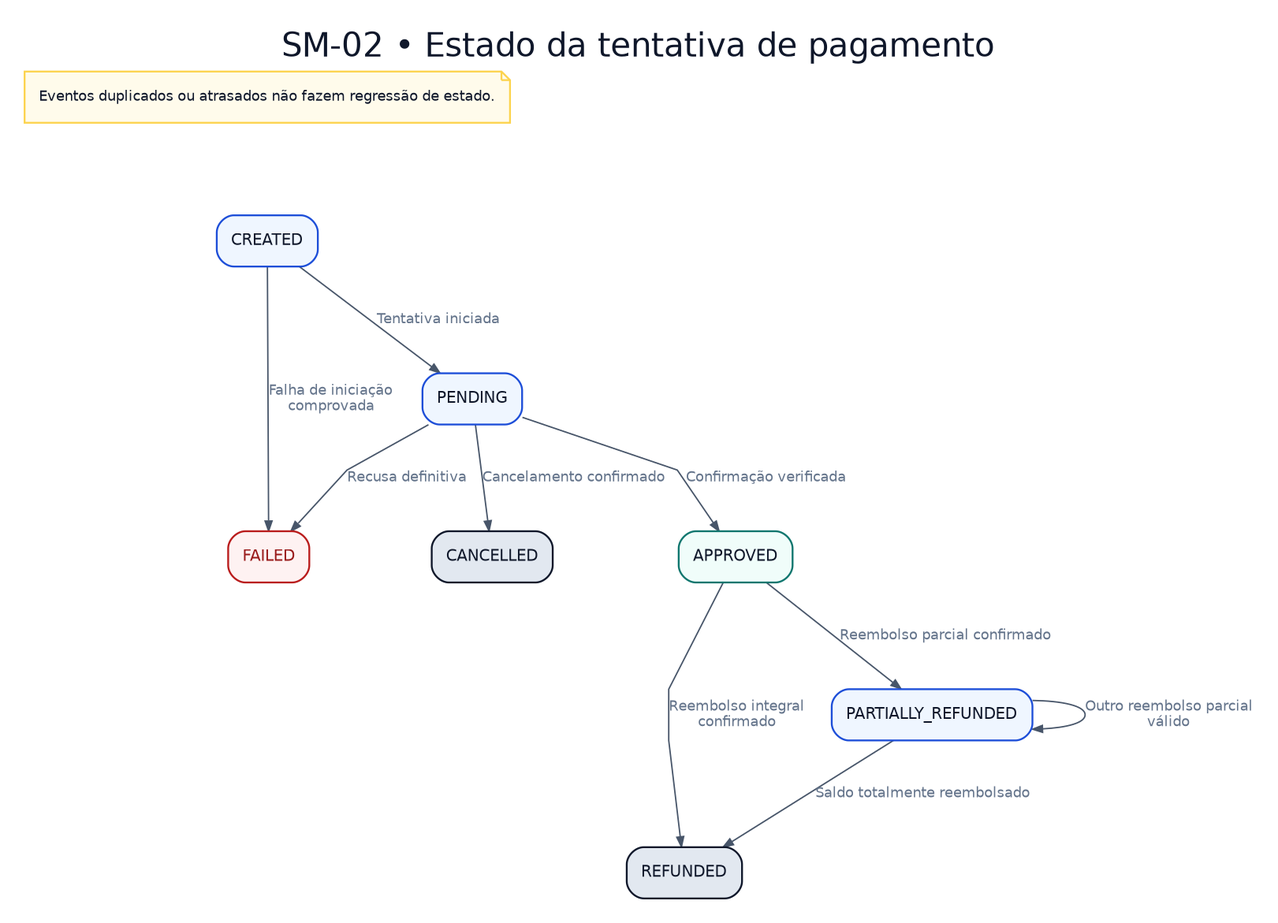
Before: docs/03-business-processes/state-machines/SM-02-tentativa-de-pagamento.png, a diagram exported from Graphviz (Igor475/atlas-commerce). Its source is kept beside it as docs/03-business-processes/state-machines/SM-02-tentativa-de-pagamento.dot. Its diagram source:
```dot
digraph AtlasCommerce {
	graph [bgcolor=white concentrate=false fontcolor="#0f172a" fontname="DejaVu Sans" fontsize=23 label="SM-02 • Estado da tentativa de pagamento" labelloc=t nodesep=.52 outputorder=edgesfirst pad=0.24 rankdir=TB ranksep=.87 splines=polyline]
	node [color="#cbd5e1" fillcolor="#f8fafc" fontcolor="#0f172a" fontname="DejaVu Sans" fontsize=11 margin="0.14,0.09" penwidth=1.3 shape=box style="rounded,filled"]
	edge [arrowsize=.7 color="#475569" fontcolor="#64748b" fontname="DejaVu Sans" fontsize=10]
	created [label=CREATED color="#1d4ed8" fillcolor="#eff6ff"]
	pending [label=PENDING color="#1d4ed8" fillcolor="#eff6ff"]
	approved [label=APPROVED color="#0f766e" fillcolor="#f0fdfa"]
	failed [label=FAILED color="#b91c1c" fillcolor="#fef2f2" fontcolor="#991b1b"]
	cancelled [label=CANCELLED color="#0f172a" fillcolor="#e2e8f0" shape=box]
	part [label=PARTIALLY_REFUNDED color="#1d4ed8" fillcolor="#eff6ff"]
	refunded [label=REFUNDED color="#0f172a" fillcolor="#e2e8f0" shape=box]
	created -> pending [label="Tentativa iniciada"]
	created -> failed [label="Falha de iniciação
comprovada"]
	pending -> approved [label="Confirmação verificada"]
	pending -> failed [label="Recusa definitiva"]
	pending -> cancelled [label="Cancelamento confirmado"]
	approved -> part [label="Reembolso parcial confirmado"]
	approved -> refunded [label="Reembolso integral
confirmado"]
	part -> part [label="Outro reembolso parcial
válido"]
	part -> refunded [label="Saldo totalmente reembolsado"]
	NOTE [label="Eventos duplicados ou atrasados não fazem regressão de estado." color="#fcd34d" fillcolor="#fffbeb" fontsize=10 shape=note]
	NOTE -> created [style=invis]
}
```
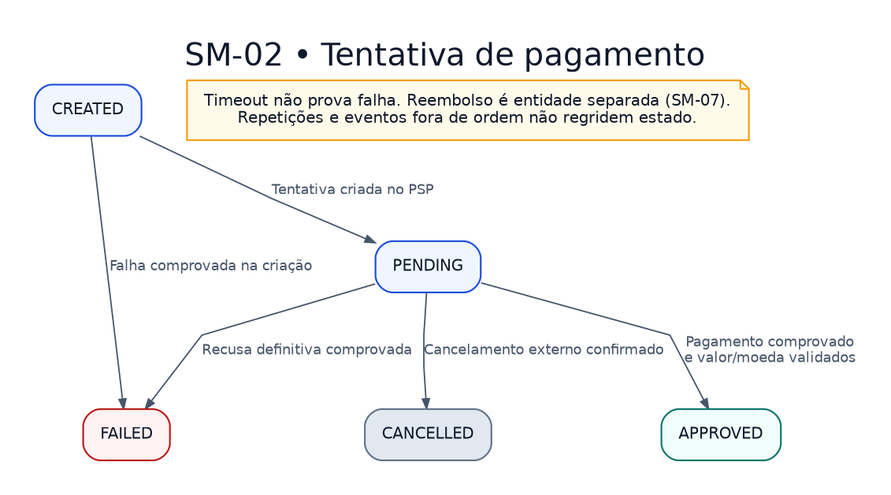
The same diagram one commit later.

Change to the diagram source:
```diff
@@ -1,26 +1,19 @@
 digraph AtlasCommerce {
-	graph [bgcolor=white concentrate=false fontcolor="#0f172a" fontname="DejaVu Sans" fontsize=23 label="SM-02 • Estado da tentativa de pagamento" labelloc=t nodesep=.52 outputorder=edgesfirst pad=0.24 rankdir=TB ranksep=.87 splines=polyline]
-	node [color="#cbd5e1" fillcolor="#f8fafc" fontcolor="#0f172a" fontname="DejaVu Sans" fontsize=11 margin="0.14,0.09" penwidth=1.3 shape=box style="rounded,filled"]
-	edge [arrowsize=.7 color="#475569" fontcolor="#64748b" fontname="DejaVu Sans" fontsize=10]
-	created [label=CREATED color="#1d4ed8" fillcolor="#eff6ff"]
-	pending [label=PENDING color="#1d4ed8" fillcolor="#eff6ff"]
-	approved [label=APPROVED color="#0f766e" fillcolor="#f0fdfa"]
-	failed [label=FAILED color="#b91c1c" fillcolor="#fef2f2" fontcolor="#991b1b"]
-	cancelled [label=CANCELLED color="#0f172a" fillcolor="#e2e8f0" shape=box]
-	part [label=PARTIALLY_REFUNDED color="#1d4ed8" fillcolor="#eff6ff"]
-	refunded [label=REFUNDED color="#0f172a" fillcolor="#e2e8f0" shape=box]
-	created -> pending [label="Tentativa iniciada"]
-	created -> failed [label="Falha de iniciação
-comprovada"]
-	pending -> approved [label="Confirmação verificada"]
-	pending -> failed [label="Recusa definitiva"]
-	pending -> cancelled [label="Cancelamento confirmado"]
-	approved -> part [label="Reembolso parcial confirmado"]
-	approved -> refunded [label="Reembolso integral
-confirmado"]
-	part -> part [label="Outro reembolso parcial
-válido"]
-	part -> refunded [label="Saldo totalmente reembolsado"]
-	NOTE [label="Eventos duplicados ou atrasados não fazem regressão de estado." color="#fcd34d" fillcolor="#fffbeb" fontsize=10 shape=note]
-	NOTE -> created [style=invis]
+graph [bgcolor=white fontname="DejaVu Sans" fontcolor="#0f172a" fontsize=22 label="SM-02 • Tentativa de pagamento" labelloc=t pad="0.34" rankdir=TB ranksep="0.83" nodesep="0.45" splines=polyline outputorder=edgesfirst];
+node [fontname="DejaVu Sans" fontsize=11 color="#cbd5e1" fillcolor="#f8fafc" fontcolor="#0f172a" style="rounded,filled" shape=box margin="0.16,0.12" penwidth=1.2];
+edge [fontname="DejaVu Sans" fontsize=10 color="#475569" fontcolor="#475569" arrowsize=.7];
+
+created [label="CREATED" color="#1d4ed8" fillcolor="#eff6ff"];
+pending [label="PENDING" color="#1d4ed8" fillcolor="#eff6ff"];
+approved [label="APPROVED" color="#0f766e" fillcolor="#f0fdfa"];
+failed [label="FAILED" color="#b91c1c" fillcolor="#fef2f2"];
+cancel [label="CANCELLED" color="#64748b" fillcolor="#e2e8f0"];
+created -> pending [label="Tentativa criada no PSP"];
+created -> failed [label="Falha comprovada na criação"];
+pending -> approved [label="Pagamento comprovado\ne valor/moeda validados"];
+pending -> failed [label="Recusa definitiva comprovada"];
+pending -> cancel [label="Cancelamento externo confirmado"];
+note [shape=note label="Timeout não prova falha. Reembolso é entidade separada (SM-07).\nRepetições e eventos fora de ordem não regridem estado." color="#f59e0b" fillcolor="#fffbeb"];
+note -> pending [style=invis];
+
 }
```
